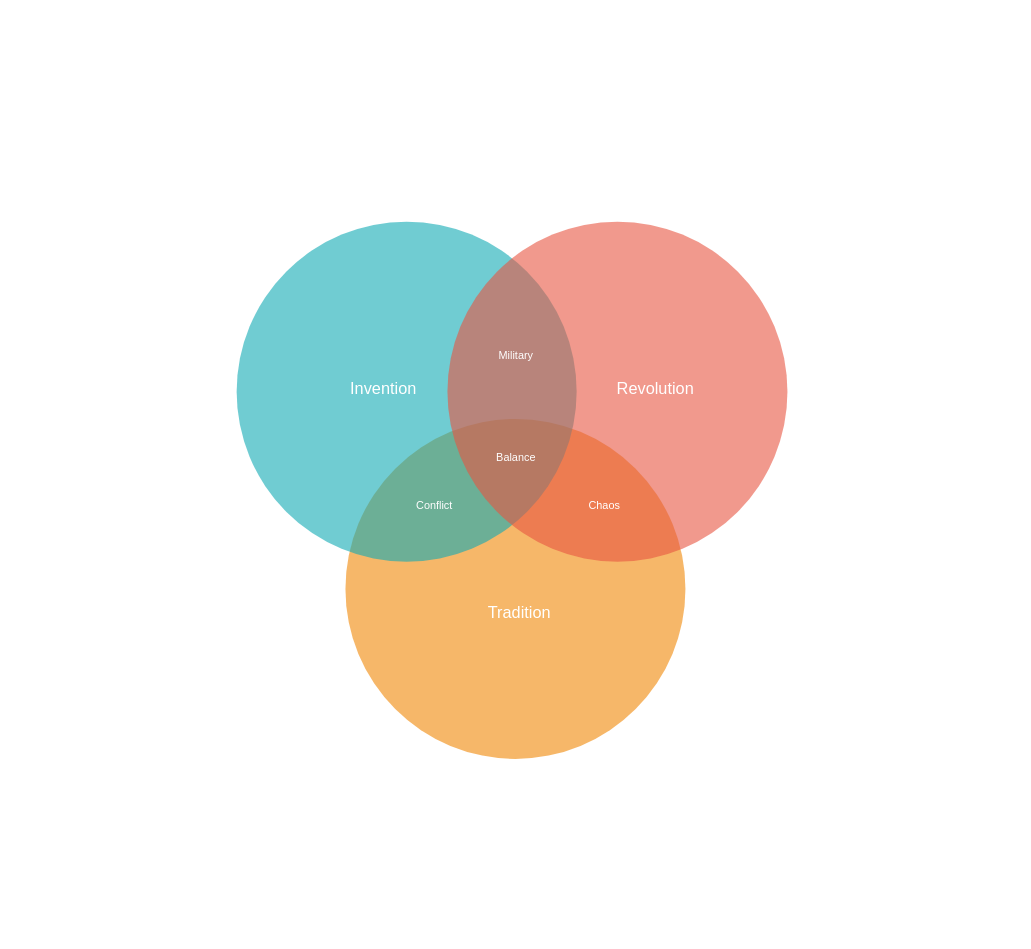
This is Untitled Diagram.drawio from NitkarshChourasia/system_designs_charts, a draw.io file, before an edit. Source tidied: cells renumbered, new cells numbered last; positions are measured from the earlier drawing's top-left corner, leaving out a move shared by most shapes. Both pictures are drawn from the tidied source at 68%, with x=0, y=0 at pixel (237, 221).
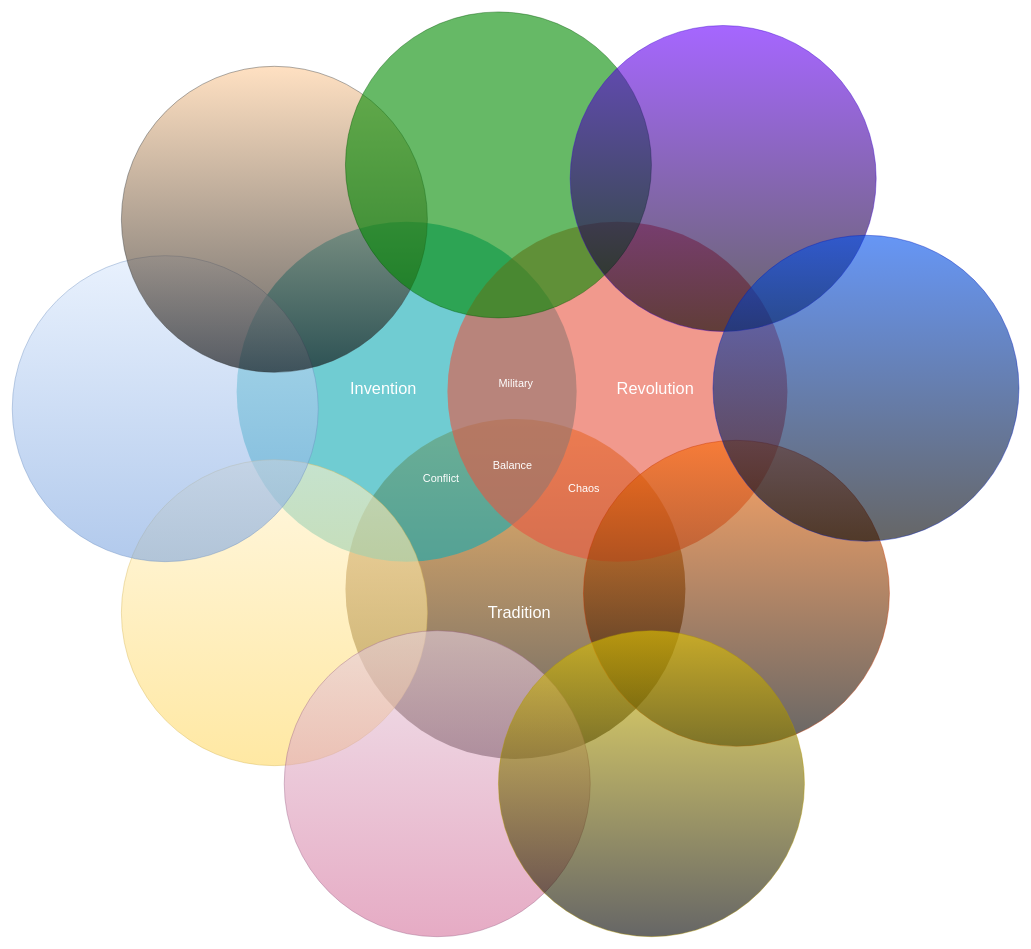
After the change.

What changed in the source:
```diff
@@
-    <mxCell id="2" style="ellipse;fillColor=#F08705;opacity=60;strokeColor=none;html=1;fontColor=#FFFFFF;" parent="1" vertex="1">
+    <mxCell id="2" style="ellipse;fillColor=#F08705;opacity=60;strokeColor=none;html=1;fontColor=#FFFFFF;gradientColor=default;" parent="1" vertex="1">
       <mxGeometry x="159.5" y="290.5" width="500" height="500" as="geometry" />
     </mxCell>
@@
-    <mxCell id="4" style="ellipse;fillColor=#e85642;opacity=60;strokeColor=none;html=1;fontColor=#FFFFFF;" parent="1" vertex="1">
+    <mxCell id="4" style="ellipse;fillColor=#e85642;opacity=60;strokeColor=none;html=1;fontColor=#FFFFFF;fillOpacity=100;" parent="1" vertex="1">
       <mxGeometry x="309.5" y="0.5" width="500" height="500" as="geometry" />
     </mxCell>
@@
     <mxCell id="8" value="Military" style="text;align=center;html=1;fontColor=#FFFFFF;fontSize=16;" parent="1" vertex="1">
-      <mxGeometry x="389.5" y="180.5" width="40" height="40" as="geometry" />
+      <mxGeometry x="389.5" y="222" width="40" height="40" as="geometry" />
     </mxCell>
     <mxCell id="9" value="Conflict" style="text;align=center;html=1;fontColor=#FFFFFF;fontSize=16;" parent="1" vertex="1">
-      <mxGeometry x="269.5" y="400.5" width="40" height="40" as="geometry" />
+      <mxGeometry x="280" y="362" width="40" height="40" as="geometry" />
     </mxCell>
     <mxCell id="10" value="Chaos" style="text;align=center;html=1;fontColor=#FFFFFF;fontSize=16;" parent="1" vertex="1">
-      <mxGeometry x="519.5" y="400.5" width="40" height="40" as="geometry" />
+      <mxGeometry x="490" y="376" width="40" height="40" as="geometry" />
     </mxCell>
     <mxCell id="11" value="Balance" style="text;align=center;html=1;fontColor=#FFFFFF;fontSize=16;" parent="1" vertex="1">
-      <mxGeometry x="389.5" y="330.5" width="40" height="40" as="geometry" />
+      <mxGeometry x="384.5" y="342" width="40" height="40" as="geometry" />
     </mxCell>
+    <mxCell id="12" style="ellipse;whiteSpace=wrap;html=1;fillColor=#fff2cc;strokeColor=#d6b656;fillStyle=auto;shadow=0;fillOpacity=100;opacity=60;gradientColor=#ffd966;" parent="1" vertex="1">
+      <mxGeometry x="-170" y="350.5" width="450" height="450" as="geometry" />
+    </mxCell>
+    <mxCell id="13" style="ellipse;whiteSpace=wrap;html=1;fillColor=#fa6800;strokeColor=#C73500;fillStyle=auto;shadow=0;fillOpacity=100;opacity=60;fontColor=#000000;gradientColor=default;" parent="1" vertex="1">
+      <mxGeometry x="509.5" y="322" width="450" height="450" as="geometry" />
+    </mxCell>
+    <mxCell id="14" style="ellipse;whiteSpace=wrap;html=1;fillColor=#dae8fc;strokeColor=#6c8ebf;fillStyle=auto;shadow=0;fillOpacity=100;opacity=60;gradientColor=#7ea6e0;" parent="1" vertex="1">
+      <mxGeometry x="-330.5" y="50.5" width="450" height="450" as="geometry" />
+    </mxCell>
+    <mxCell id="15" style="ellipse;whiteSpace=wrap;html=1;fillColor=#ffcc99;strokeColor=#36393d;fillStyle=auto;shadow=0;fillOpacity=100;opacity=60;gradientColor=default;" parent="1" vertex="1">
+      <mxGeometry x="-170" y="-228" width="450" height="450" as="geometry" />
+    </mxCell>
+    <mxCell id="16" style="ellipse;whiteSpace=wrap;html=1;fillColor=#008a00;strokeColor=#005700;fillStyle=auto;shadow=0;fillOpacity=100;opacity=60;fontColor=#ffffff;" parent="1" vertex="1">
+      <mxGeometry x="159.5" y="-308" width="450" height="450" as="geometry" />
+    </mxCell>
+    <mxCell id="17" style="ellipse;whiteSpace=wrap;html=1;fillColor=#6a00ff;strokeColor=#3700CC;fillStyle=auto;shadow=0;fillOpacity=100;opacity=60;fontColor=#ffffff;gradientColor=default;" parent="1" vertex="1">
+      <mxGeometry x="490" y="-288" width="450" height="450" as="geometry" />
+    </mxCell>
+    <mxCell id="18" style="ellipse;whiteSpace=wrap;html=1;fillColor=#0050ef;strokeColor=#001DBC;fillStyle=auto;shadow=0;fillOpacity=100;opacity=60;fontColor=#ffffff;gradientColor=default;" parent="1" vertex="1">
+      <mxGeometry x="700" y="20.5" width="450" height="450" as="geometry" />
+    </mxCell>
+    <mxCell id="19" style="ellipse;whiteSpace=wrap;html=1;fillColor=#e6d0de;fillStyle=auto;shadow=0;fillOpacity=100;opacity=60;strokeColor=#996185;gradientColor=#d5739d;" parent="1" vertex="1">
+      <mxGeometry x="69.5" y="602" width="450" height="450" as="geometry" />
+    </mxCell>
+    <mxCell id="20" style="ellipse;whiteSpace=wrap;html=1;fillColor=#e3c800;strokeColor=#B09500;fillStyle=auto;shadow=0;fillOpacity=100;opacity=60;fontColor=#000000;gradientColor=default;" parent="1" vertex="1">
+      <mxGeometry x="384.5" y="602" width="450" height="450" as="geometry" />
+    </mxCell>
```
